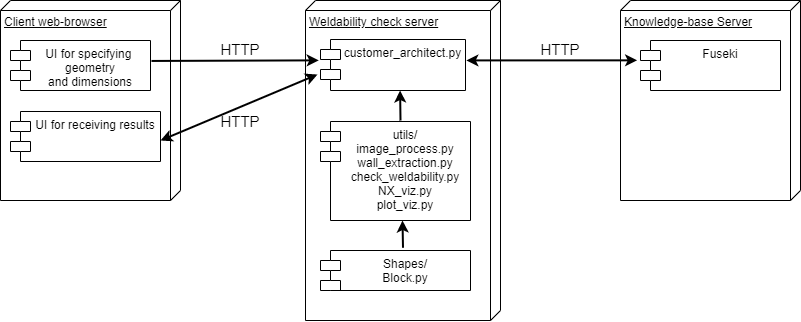
lerausenco/KBE-Prosjekt keeps this draw.io diagram as Figures/A2/Block_architecture.png. Above is the earlier version. Source tidied: cells renumbered, new cells last; positions are measured from the earlier drawing's top-left corner, leaving out a move shared by most shapes.
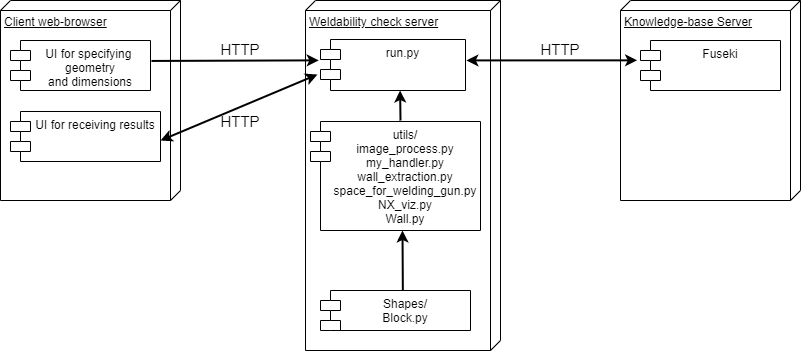
Above is the later version.

The edit, as a diff of the source:
```diff
@@ -9,9 +9,9 @@
       <mxGeometry x="10" y="40" width="140" height="50" as="geometry" />
     </mxCell>
     <mxCell id="4" value="Weldability check server" style="verticalAlign=top;align=left;spacingTop=8;spacingLeft=2;spacingRight=12;shape=cube;size=10;direction=south;fontStyle=4;html=1;" parent="1" vertex="1">
-      <mxGeometry x="305" width="195" height="320" as="geometry" />
+      <mxGeometry x="305" width="195" height="350" as="geometry" />
     </mxCell>
-    <mxCell id="5" value="customer_architect.py&#10;&#10;" style="shape=module;align=left;spacingLeft=20;align=center;verticalAlign=top;" parent="1" vertex="1">
+    <mxCell id="5" value="run.py" style="shape=module;align=left;spacingLeft=20;align=center;verticalAlign=top;" parent="1" vertex="1">
       <mxGeometry x="320" y="39" width="145" height="51" as="geometry" />
     </mxCell>
     <mxCell id="6" value="Knowledge-base Server&lt;br&gt;" style="verticalAlign=top;align=left;spacingTop=8;spacingLeft=2;spacingRight=12;shape=cube;size=10;direction=south;fontStyle=4;html=1;" parent="1" vertex="1">
@@ -29,8 +29,8 @@
     <mxCell id="10" value="UI for receiving results" style="shape=module;align=left;spacingLeft=20;align=center;verticalAlign=top;" parent="1" vertex="1">
       <mxGeometry x="10" y="111" width="150" height="50" as="geometry" />
     </mxCell>
-    <mxCell id="11" value="utils/&#10;image_process.py&#10;wall_extraction.py&#10;check_weldability.py&#10;NX_viz.py&#10;plot_viz.py&#10;" style="shape=module;align=left;spacingLeft=20;align=center;verticalAlign=top;" parent="1" vertex="1">
-      <mxGeometry x="320" y="121" width="150" height="99" as="geometry" />
+    <mxCell id="11" value="utils/&#10;image_process.py&#10;my_handler.py&#10;wall_extraction.py&#10;space_for_welding_gun.py&#10;NX_viz.py&#10;Wall.py&#10;" style="shape=module;align=left;spacingLeft=20;align=center;verticalAlign=top;" parent="1" vertex="1">
+      <mxGeometry x="310" y="121" width="170" height="109" as="geometry" />
     </mxCell>
     <mxCell id="12" style="endArrow=classic;html=1;strokeWidth=2;" parent="1" edge="1">
       <mxGeometry relative="1" as="geometry">
@@ -54,12 +54,12 @@
       <mxGeometry x="220" y="111" width="40" height="20" as="geometry" />
     </mxCell>
     <mxCell id="17" value="Shapes/&#10;Block.py" style="shape=module;align=left;spacingLeft=20;align=center;verticalAlign=top;" parent="1" vertex="1">
-      <mxGeometry x="320" y="250" width="150" height="40" as="geometry" />
+      <mxGeometry x="320" y="290" width="150" height="40" as="geometry" />
     </mxCell>
-    <mxCell id="18" style="endArrow=classic;html=1;strokeWidth=2;exitX=0.55;exitY=-0.068;exitDx=0;exitDy=0;exitPerimeter=0;" parent="1" edge="1" source="17">
-      <mxGeometry relative="1" as="geometry">
-        <mxPoint x="402" y="220" as="targetPoint" />
-      </mxGeometry>
-    </mxCell>
+    <mxCell id="19" style="endArrow=classic;html=1;strokeWidth=2;exitX=0.549;exitY=0.005;exitDx=0;exitDy=0;exitPerimeter=0;" parent="1" edge="1" source="17">
+      <mxGeometry relative="1" as="geometry">
+        <mxPoint x="402" y="230" as="targetPoint" />
+      </mxGeometry>
+    </mxCell>
   </root>
 </mxGraphModel>
```
